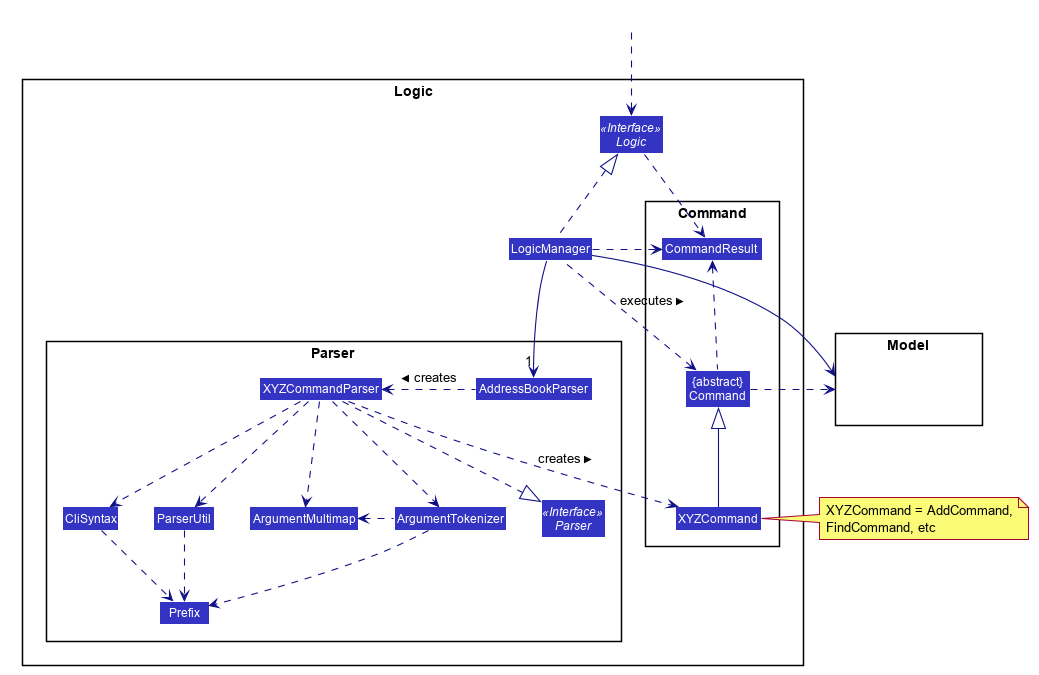
The PlantUML diagram docs/images/LogicClassDiagram.png in nus-cs2103-AY1920S2/addressbook-level3, before a commit.
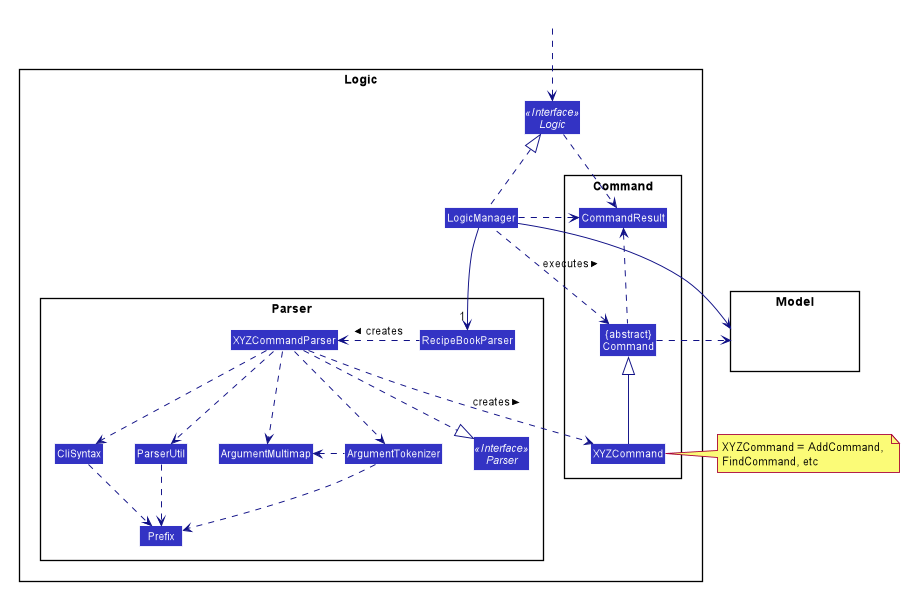
The same diagram one commit later.

The edit, as a diff of the source:
```diff
@@ -55,7 +55,7 @@
 
 package Parser {
 Interface Parser <<Interface>>
-Class AddressBookParser
+Class RecipeBookParser
 Class XYZCommandParser
 Class CliSyntax
 Class ParserUtil
@@ -82,8 +82,8 @@
 HiddenOutside ..> Logic
 
 LogicManager .up.|> Logic
-LogicManager -->"1" AddressBookParser
-AddressBookParser .left.> XYZCommandParser: creates >
+LogicManager -->"1" RecipeBookParser
+RecipeBookParser .left.> XYZCommandParser: creates >
 
 XYZCommandParser ..> XYZCommand : creates >
 XYZCommandParser ..|> Parser
```
